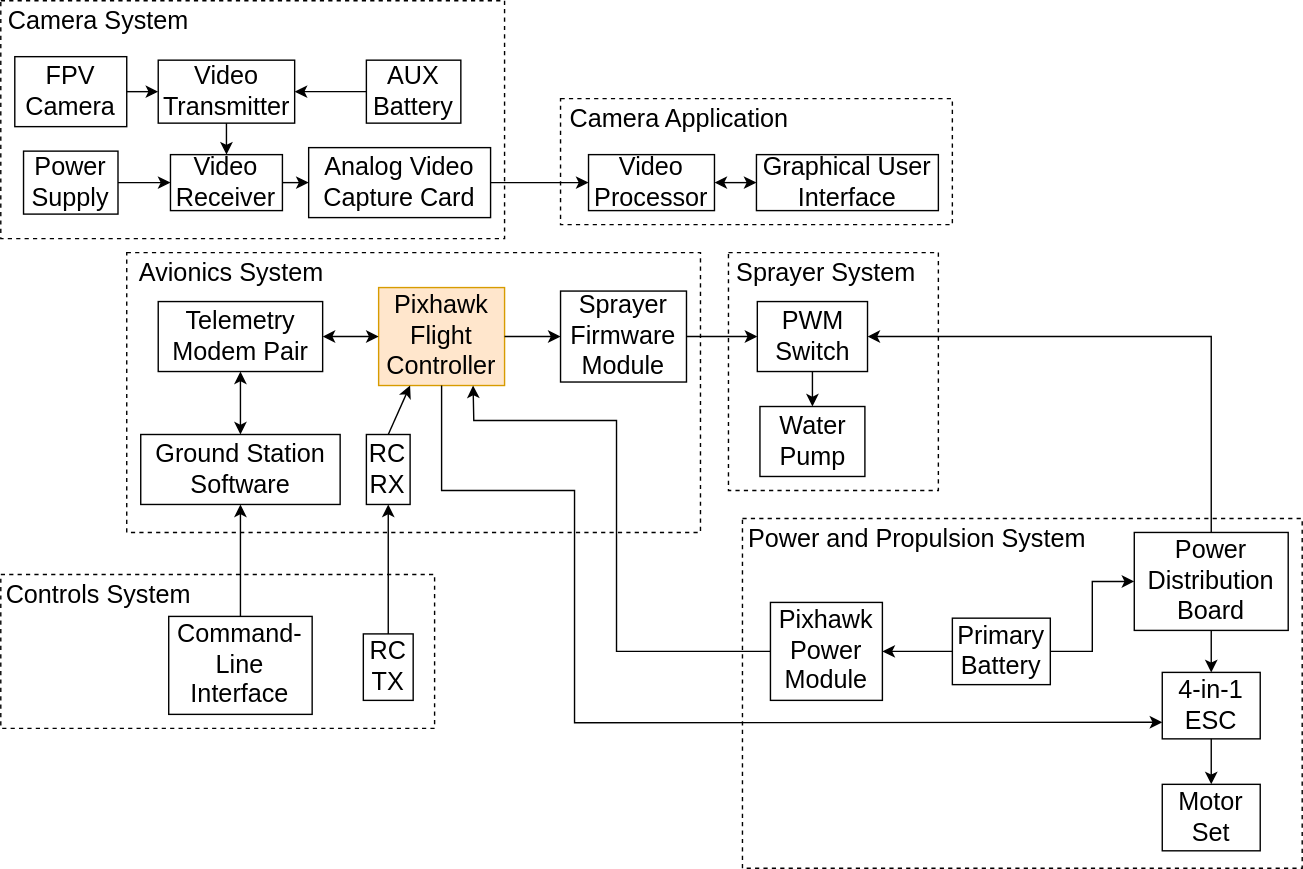
This is resources/images/ads_r2.svg from nguyent11/vermwasp-drone, a draw.io export, as it was before one commit. Source tidied: cells renumbered, new cells last; positions are measured from the earlier drawing's top-left corner, leaving out a move shared by most shapes. The source it was exported from:
```xml
<mxGraphModel>
  <root>
    <mxCell id="0" />
    <mxCell id="1" parent="0" />
    <mxCell id="2" style="rounded=0;whiteSpace=wrap;html=1;dashed=1;" parent="1" vertex="1">
      <mxGeometry width="360" height="170" as="geometry" />
    </mxCell>
    <mxCell id="3" value="&lt;font style=&quot;font-size: 18px;&quot;&gt;Camera System&lt;/font&gt;" style="text;html=1;strokeColor=none;fillColor=none;align=center;verticalAlign=middle;whiteSpace=wrap;rounded=0;" parent="1" vertex="1">
      <mxGeometry width="140" height="30" as="geometry" />
    </mxCell>
    <mxCell id="4" value="&lt;font style=&quot;font-size: 18px;&quot;&gt;FPV Camera&lt;/font&gt;" style="rounded=0;whiteSpace=wrap;html=1;" parent="1" vertex="1">
      <mxGeometry x="10" y="40" width="80" height="50" as="geometry" />
    </mxCell>
    <mxCell id="5" value="&lt;font style=&quot;font-size: 18px;&quot;&gt;Video&lt;br&gt;Transmitter&lt;/font&gt;" style="rounded=0;whiteSpace=wrap;html=1;" parent="1" vertex="1">
      <mxGeometry x="112.5" y="42.5" width="97.5" height="45" as="geometry" />
    </mxCell>
    <mxCell id="6" style="endArrow=classic;html=1;rounded=0;exitX=1;exitY=0.5;exitDx=0;exitDy=0;entryX=0;entryY=0.5;entryDx=0;entryDy=0;" parent="1" edge="1" source="4" target="5">
      <mxGeometry relative="1" as="geometry" />
    </mxCell>
    <mxCell id="7" value="&lt;font style=&quot;font-size: 18px;&quot;&gt;Video Receiver&lt;/font&gt;" style="rounded=0;whiteSpace=wrap;html=1;" parent="1" vertex="1">
      <mxGeometry x="121.2" y="110" width="80" height="40" as="geometry" />
    </mxCell>
    <mxCell id="8" style="endArrow=classic;html=1;rounded=0;exitX=0.5;exitY=1;exitDx=0;exitDy=0;entryX=0.5;entryY=0;entryDx=0;entryDy=0;" parent="1" edge="1" source="5" target="7">
      <mxGeometry relative="1" as="geometry" />
    </mxCell>
    <mxCell id="9" value="&lt;font style=&quot;font-size: 18px;&quot;&gt;Analog Video Capture Card&lt;/font&gt;" style="rounded=0;whiteSpace=wrap;html=1;" parent="1" vertex="1">
      <mxGeometry x="220" y="105" width="130" height="50" as="geometry" />
    </mxCell>
    <mxCell id="10" style="endArrow=classic;html=1;rounded=0;exitX=1;exitY=0.5;exitDx=0;exitDy=0;entryX=0;entryY=0.5;entryDx=0;entryDy=0;" parent="1" edge="1" source="7" target="9">
      <mxGeometry relative="1" as="geometry" />
    </mxCell>
    <mxCell id="11" style="rounded=0;whiteSpace=wrap;html=1;dashed=1;" parent="1" vertex="1">
      <mxGeometry x="400" y="70" width="280" height="90" as="geometry" />
    </mxCell>
    <mxCell id="12" value="&lt;font style=&quot;font-size: 18px;&quot;&gt;Camera Application&lt;/font&gt;" style="text;html=1;strokeColor=none;fillColor=none;align=center;verticalAlign=middle;whiteSpace=wrap;rounded=0;" parent="1" vertex="1">
      <mxGeometry x="400" y="70" width="170" height="30" as="geometry" />
    </mxCell>
    <mxCell id="13" value="&lt;font style=&quot;font-size: 18px;&quot;&gt;Graphical User Interface&lt;/font&gt;" style="rounded=0;whiteSpace=wrap;html=1;" parent="1" vertex="1">
      <mxGeometry x="540" y="110" width="130" height="40" as="geometry" />
    </mxCell>
    <mxCell id="14" value="&lt;font style=&quot;font-size: 18px;&quot;&gt;Video Processor&lt;/font&gt;" style="rounded=0;whiteSpace=wrap;html=1;" parent="1" vertex="1">
      <mxGeometry x="420" y="110" width="90" height="40" as="geometry" />
    </mxCell>
    <mxCell id="15" style="endArrow=classic;startArrow=classic;html=1;rounded=0;entryX=0;entryY=0.5;entryDx=0;entryDy=0;exitX=1;exitY=0.5;exitDx=0;exitDy=0;" parent="1" edge="1" source="14" target="13">
      <mxGeometry relative="1" as="geometry" />
    </mxCell>
    <mxCell id="16" style="endArrow=classic;html=1;rounded=0;exitX=1;exitY=0.5;exitDx=0;exitDy=0;entryX=0;entryY=0.5;entryDx=0;entryDy=0;" parent="1" edge="1" source="9" target="14">
      <mxGeometry relative="1" as="geometry" />
    </mxCell>
    <mxCell id="17" style="rounded=0;whiteSpace=wrap;html=1;dashed=1;" parent="1" vertex="1">
      <mxGeometry x="90" y="180" width="410" height="200" as="geometry" />
    </mxCell>
    <mxCell id="18" value="&lt;font style=&quot;font-size: 18px;&quot;&gt;Avionics System&lt;/font&gt;" style="text;html=1;strokeColor=none;fillColor=none;align=center;verticalAlign=middle;whiteSpace=wrap;rounded=0;" parent="1" vertex="1">
      <mxGeometry x="90" y="180" width="150" height="30" as="geometry" />
    </mxCell>
    <mxCell id="19" value="&lt;font style=&quot;font-size: 18px;&quot;&gt;Pixhawk Flight Controller&lt;/font&gt;" style="rounded=0;whiteSpace=wrap;html=1;fillColor=#ffe6cc;strokeColor=#d79b00;" parent="1" vertex="1">
      <mxGeometry x="270" y="205" width="90" height="70" as="geometry" />
    </mxCell>
    <mxCell id="20" value="&lt;font style=&quot;font-size: 18px;&quot;&gt;Telemetry Modem Pair&lt;/font&gt;" style="rounded=0;whiteSpace=wrap;html=1;" parent="1" vertex="1">
      <mxGeometry x="112.5" y="215" width="117.5" height="50" as="geometry" />
    </mxCell>
    <mxCell id="21" value="&lt;font style=&quot;font-size: 18px;&quot;&gt;Ground Station Software&lt;/font&gt;" style="rounded=0;whiteSpace=wrap;html=1;" parent="1" vertex="1">
      <mxGeometry x="100" y="310" width="142.5" height="50" as="geometry" />
    </mxCell>
    <mxCell id="22" style="endArrow=classic;startArrow=classic;html=1;rounded=0;exitX=0.5;exitY=1;exitDx=0;exitDy=0;entryX=0.5;entryY=0;entryDx=0;entryDy=0;" parent="1" edge="1" source="20" target="21">
      <mxGeometry relative="1" as="geometry" />
    </mxCell>
    <mxCell id="23" style="endArrow=classic;startArrow=classic;html=1;rounded=0;exitX=1;exitY=0.5;exitDx=0;exitDy=0;entryX=0;entryY=0.5;entryDx=0;entryDy=0;" parent="1" edge="1" source="20" target="19">
      <mxGeometry relative="1" as="geometry" />
    </mxCell>
    <mxCell id="24" style="rounded=0;whiteSpace=wrap;html=1;dashed=1;" parent="1" vertex="1">
      <mxGeometry y="410" width="310" height="110" as="geometry" />
    </mxCell>
    <mxCell id="25" value="&lt;font style=&quot;font-size: 18px;&quot;&gt;Controls System&lt;/font&gt;" style="text;html=1;strokeColor=none;fillColor=none;align=center;verticalAlign=middle;whiteSpace=wrap;rounded=0;" parent="1" vertex="1">
      <mxGeometry y="410" width="140" height="30" as="geometry" />
    </mxCell>
    <mxCell id="26" value="&lt;span style=&quot;font-size: 18px;&quot;&gt;RC TX&lt;/span&gt;" style="rounded=0;whiteSpace=wrap;html=1;" parent="1" vertex="1">
      <mxGeometry x="259.1" y="452.5" width="35.6" height="47.5" as="geometry" />
    </mxCell>
    <mxCell id="27" value="&lt;font style=&quot;font-size: 18px;&quot;&gt;Command-Line Interface&lt;/font&gt;" style="rounded=0;whiteSpace=wrap;html=1;" parent="1" vertex="1">
      <mxGeometry x="120" y="440" width="102.5" height="70" as="geometry" />
    </mxCell>
    <mxCell id="28" value="&lt;font style=&quot;font-size: 18px;&quot;&gt;RC RX&lt;/font&gt;" style="rounded=0;whiteSpace=wrap;html=1;" parent="1" vertex="1">
      <mxGeometry x="261.2" y="310" width="31.2" height="50" as="geometry" />
    </mxCell>
    <mxCell id="29" style="rounded=0;whiteSpace=wrap;html=1;dashed=1;" parent="1" vertex="1">
      <mxGeometry x="520" y="180" width="150" height="170" as="geometry" />
    </mxCell>
    <mxCell id="30" value="&lt;font style=&quot;font-size: 18px;&quot;&gt;Sprayer System&lt;/font&gt;" style="text;html=1;strokeColor=none;fillColor=none;align=center;verticalAlign=middle;whiteSpace=wrap;rounded=0;" parent="1" vertex="1">
      <mxGeometry x="520" y="180" width="140" height="30" as="geometry" />
    </mxCell>
    <mxCell id="31" value="&lt;font style=&quot;font-size: 18px;&quot;&gt;Water Pump&lt;/font&gt;" style="rounded=0;whiteSpace=wrap;html=1;" parent="1" vertex="1">
      <mxGeometry x="542.5" y="290" width="75" height="50" as="geometry" />
    </mxCell>
    <mxCell id="32" value="&lt;font style=&quot;font-size: 18px;&quot;&gt;PWM Switch&lt;/font&gt;" style="rounded=0;whiteSpace=wrap;html=1;" parent="1" vertex="1">
      <mxGeometry x="540.6" y="215" width="78.8" height="50" as="geometry" />
    </mxCell>
    <mxCell id="33" value="&lt;font style=&quot;font-size: 18px;&quot;&gt;Sprayer Firmware Module&lt;/font&gt;" style="rounded=0;whiteSpace=wrap;html=1;" parent="1" vertex="1">
      <mxGeometry x="400" y="207.5" width="90" height="65" as="geometry" />
    </mxCell>
    <mxCell id="34" style="endArrow=classic;html=1;rounded=0;exitX=0.5;exitY=0;exitDx=0;exitDy=0;entryX=0.5;entryY=1;entryDx=0;entryDy=0;" parent="1" edge="1" source="27" target="21">
      <mxGeometry relative="1" as="geometry" />
    </mxCell>
    <mxCell id="35" style="endArrow=classic;html=1;rounded=0;entryX=0;entryY=0.5;entryDx=0;entryDy=0;exitX=1;exitY=0.5;exitDx=0;exitDy=0;" parent="1" edge="1" source="19" target="33">
      <mxGeometry relative="1" as="geometry" />
    </mxCell>
    <mxCell id="36" style="endArrow=classic;html=1;rounded=0;entryX=0.5;entryY=0;entryDx=0;entryDy=0;exitX=0.5;exitY=1;exitDx=0;exitDy=0;" parent="1" edge="1" source="32" target="31">
      <mxGeometry relative="1" as="geometry" />
    </mxCell>
    <mxCell id="37" style="endArrow=classic;html=1;rounded=0;exitX=1;exitY=0.5;exitDx=0;exitDy=0;entryX=0;entryY=0.5;entryDx=0;entryDy=0;" parent="1" edge="1" source="33" target="32">
      <mxGeometry relative="1" as="geometry" />
    </mxCell>
    <mxCell id="38" style="endArrow=classic;html=1;rounded=0;entryX=0.5;entryY=1;entryDx=0;entryDy=0;exitX=0.5;exitY=0;exitDx=0;exitDy=0;" parent="1" edge="1" source="26" target="28">
      <mxGeometry relative="1" as="geometry" />
    </mxCell>
    <mxCell id="39" value="&lt;span style=&quot;font-size: 18px;&quot;&gt;AUX Battery&lt;/span&gt;" style="rounded=0;whiteSpace=wrap;html=1;" parent="1" vertex="1">
      <mxGeometry x="261.2" y="42.5" width="67.5" height="45" as="geometry" />
    </mxCell>
    <mxCell id="40" style="endArrow=classic;html=1;rounded=0;entryX=1;entryY=0.5;entryDx=0;entryDy=0;exitX=0;exitY=0.5;exitDx=0;exitDy=0;" parent="1" edge="1" source="39" target="5">
      <mxGeometry relative="1" as="geometry" />
    </mxCell>
    <mxCell id="41" value="&lt;span style=&quot;font-size: 18px;&quot;&gt;Power Supply&lt;/span&gt;" style="rounded=0;whiteSpace=wrap;html=1;" parent="1" vertex="1">
      <mxGeometry x="16.2" y="107.5" width="67.5" height="45" as="geometry" />
    </mxCell>
    <mxCell id="42" style="endArrow=classic;html=1;rounded=0;entryX=0;entryY=0.5;entryDx=0;entryDy=0;exitX=1;exitY=0.5;exitDx=0;exitDy=0;" parent="1" edge="1" source="41" target="7">
      <mxGeometry relative="1" as="geometry" />
    </mxCell>
    <mxCell id="43" style="rounded=0;whiteSpace=wrap;html=1;dashed=1;" parent="1" vertex="1">
      <mxGeometry x="530" y="370" width="400" height="250" as="geometry" />
    </mxCell>
    <mxCell id="44" value="&lt;font style=&quot;font-size: 18px;&quot;&gt;Power and Propulsion System&lt;/font&gt;" style="text;html=1;strokeColor=none;fillColor=none;align=center;verticalAlign=middle;whiteSpace=wrap;rounded=0;" parent="1" vertex="1">
      <mxGeometry x="530" y="370" width="250" height="30" as="geometry" />
    </mxCell>
    <mxCell id="45" value="&lt;font style=&quot;font-size: 18px;&quot;&gt;Primary Battery&lt;/font&gt;" style="rounded=0;whiteSpace=wrap;html=1;" parent="1" vertex="1">
      <mxGeometry x="680" y="441.2" width="70" height="47.5" as="geometry" />
    </mxCell>
    <mxCell id="46" value="&lt;font style=&quot;font-size: 18px;&quot;&gt;4-in-1 ESC&lt;/font&gt;" style="rounded=0;whiteSpace=wrap;html=1;" parent="1" vertex="1">
      <mxGeometry x="830" y="480" width="70" height="47.5" as="geometry" />
    </mxCell>
    <mxCell id="47" value="&lt;font style=&quot;font-size: 18px;&quot;&gt;Motor Set&lt;/font&gt;" style="rounded=0;whiteSpace=wrap;html=1;" parent="1" vertex="1">
      <mxGeometry x="830" y="560" width="70" height="47.5" as="geometry" />
    </mxCell>
    <mxCell id="48" value="&lt;font style=&quot;font-size: 18px;&quot;&gt;Power Distribution Board&lt;/font&gt;" style="rounded=0;whiteSpace=wrap;html=1;" parent="1" vertex="1">
      <mxGeometry x="810" y="380" width="110" height="70" as="geometry" />
    </mxCell>
    <mxCell id="49" value="&lt;font style=&quot;font-size: 18px;&quot;&gt;Pixhawk Power Module&lt;/font&gt;" style="rounded=0;whiteSpace=wrap;html=1;" parent="1" vertex="1">
      <mxGeometry x="550" y="430" width="80" height="70" as="geometry" />
    </mxCell>
    <mxCell id="50" style="endArrow=classic;html=1;rounded=0;exitX=0;exitY=0.5;exitDx=0;exitDy=0;entryX=0.75;entryY=1;entryDx=0;entryDy=0;" parent="1" edge="1" source="49" target="19">
      <mxGeometry relative="1" as="geometry">
        <Array as="points">
          <mxPoint x="440" y="465" />
          <mxPoint x="440" y="300" />
          <mxPoint x="338" y="300" />
        </Array>
      </mxGeometry>
    </mxCell>
    <mxCell id="51" style="endArrow=classic;html=1;rounded=0;exitX=0;exitY=0.5;exitDx=0;exitDy=0;entryX=1;entryY=0.5;entryDx=0;entryDy=0;" parent="1" edge="1" source="45" target="49">
      <mxGeometry relative="1" as="geometry" />
    </mxCell>
    <mxCell id="52" style="endArrow=classic;html=1;rounded=0;exitX=1;exitY=0.5;exitDx=0;exitDy=0;entryX=0;entryY=0.5;entryDx=0;entryDy=0;" parent="1" edge="1" source="45" target="48">
      <mxGeometry relative="1" as="geometry">
        <Array as="points">
          <mxPoint x="780" y="465" />
          <mxPoint x="780" y="415" />
        </Array>
      </mxGeometry>
    </mxCell>
    <mxCell id="53" style="endArrow=classic;html=1;rounded=0;entryX=0.5;entryY=0;entryDx=0;entryDy=0;exitX=0.5;exitY=1;exitDx=0;exitDy=0;" parent="1" edge="1" source="48" target="46">
      <mxGeometry relative="1" as="geometry" />
    </mxCell>
    <mxCell id="54" style="endArrow=classic;html=1;rounded=0;entryX=0.5;entryY=0;entryDx=0;entryDy=0;exitX=0.5;exitY=1;exitDx=0;exitDy=0;" parent="1" edge="1" source="46" target="47">
      <mxGeometry relative="1" as="geometry" />
    </mxCell>
    <mxCell id="55" style="endArrow=classic;html=1;rounded=0;exitX=0.5;exitY=0;exitDx=0;exitDy=0;entryX=1;entryY=0.5;entryDx=0;entryDy=0;" parent="1" edge="1" source="48" target="32">
      <mxGeometry relative="1" as="geometry">
        <Array as="points">
          <mxPoint x="865" y="240" />
        </Array>
      </mxGeometry>
    </mxCell>
    <mxCell id="56" style="endArrow=classic;html=1;rounded=0;entryX=0.25;entryY=1;entryDx=0;entryDy=0;exitX=0.5;exitY=0;exitDx=0;exitDy=0;" parent="1" edge="1" source="28" target="19">
      <mxGeometry relative="1" as="geometry" />
    </mxCell>
    <mxCell id="57" style="endArrow=classic;html=1;rounded=0;entryX=0;entryY=0.75;entryDx=0;entryDy=0;exitX=0.5;exitY=1;exitDx=0;exitDy=0;" parent="1" edge="1" source="19" target="46">
      <mxGeometry relative="1" as="geometry">
        <Array as="points">
          <mxPoint x="315" y="350" />
          <mxPoint x="410" y="350" />
          <mxPoint x="410" y="516" />
        </Array>
      </mxGeometry>
    </mxCell>
  </root>
</mxGraphModel>
```
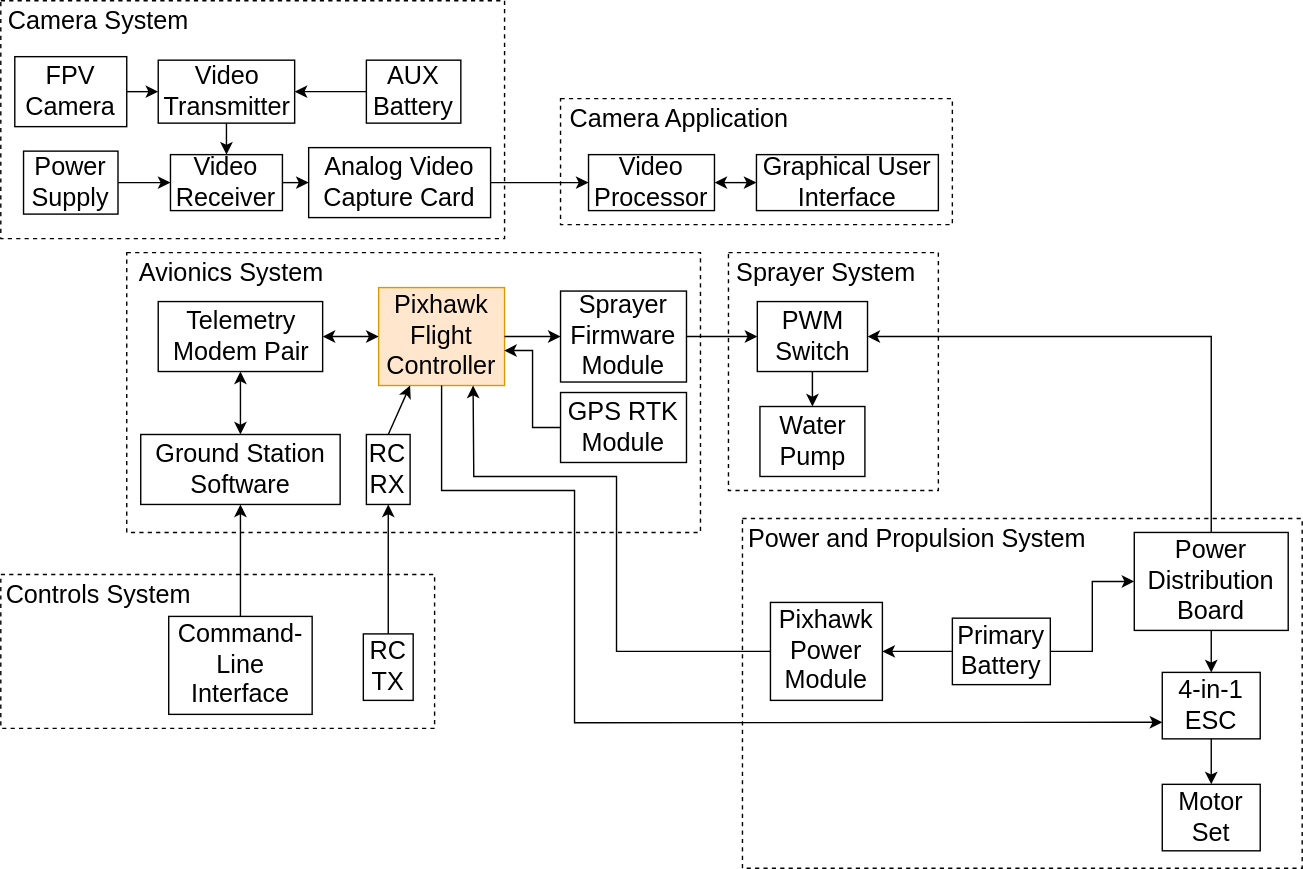
After the change.

Diff of the diagram source:
```diff
@@ -150,8 +150,8 @@
       <mxGeometry relative="1" as="geometry">
         <Array as="points">
           <mxPoint x="440" y="465" />
-          <mxPoint x="440" y="300" />
-          <mxPoint x="338" y="300" />
+          <mxPoint x="440" y="340" />
+          <mxPoint x="338" y="340" />
         </Array>
       </mxGeometry>
     </mxCell>
@@ -191,5 +191,16 @@
         </Array>
       </mxGeometry>
     </mxCell>
+    <mxCell id="58" value="&lt;font style=&quot;font-size: 18px;&quot;&gt;GPS RTK Module&lt;/font&gt;" style="rounded=0;whiteSpace=wrap;html=1;" parent="1" vertex="1">
+      <mxGeometry x="400" y="280" width="90" height="50" as="geometry" />
+    </mxCell>
+    <mxCell id="59" style="endArrow=classic;html=1;rounded=0;exitX=0;exitY=0.5;exitDx=0;exitDy=0;entryX=0.997;entryY=0.643;entryDx=0;entryDy=0;entryPerimeter=0;" parent="1" edge="1" source="58" target="19">
+      <mxGeometry relative="1" as="geometry">
+        <Array as="points">
+          <mxPoint x="380" y="305" />
+          <mxPoint x="380" y="250" />
+        </Array>
+      </mxGeometry>
+    </mxCell>
   </root>
 </mxGraphModel>
```
